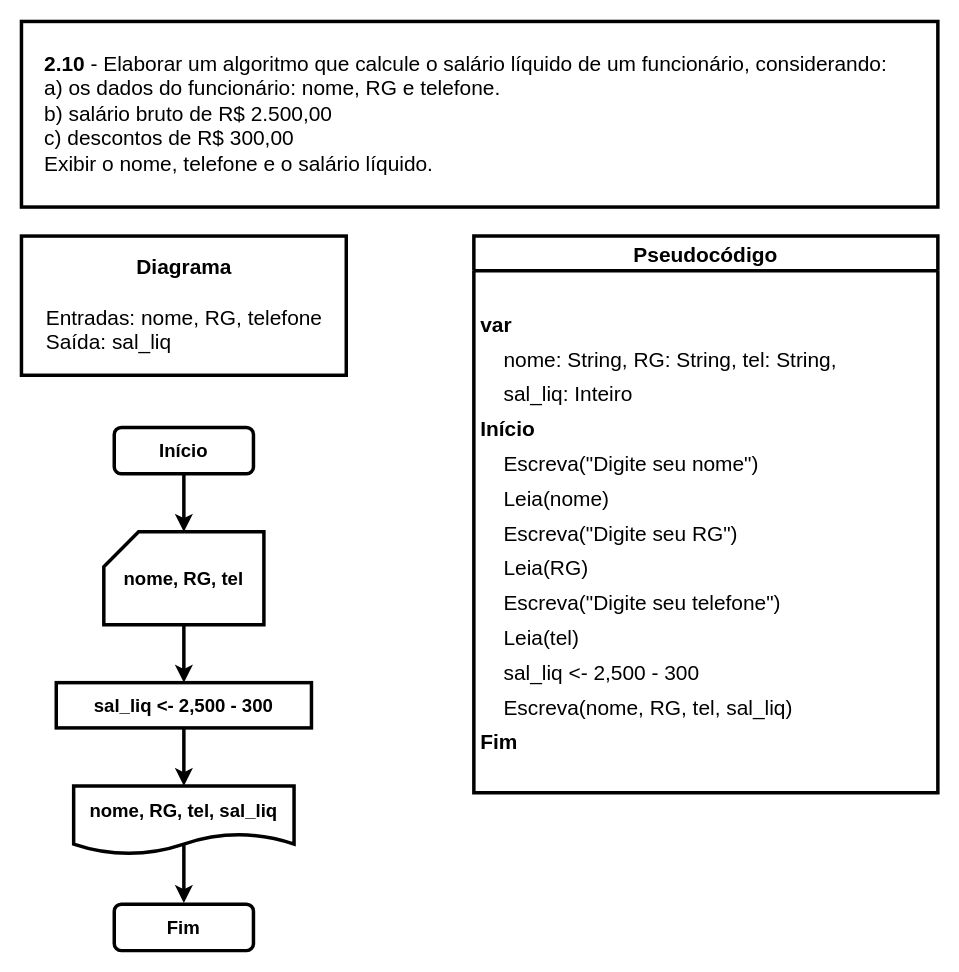
Above: page "Ex. 2.10" (14 of 14) of exercicios.drawio in iSamekh/draw.io (draw.io), before the change. Source tidied: cells renumbered, new cells numbered last; positions are measured from the earlier drawing's top-left corner, leaving out a move shared by most shapes. Both pictures are drawn from the tidied source at 116%, with x=0, y=0 at pixel (21, 21).
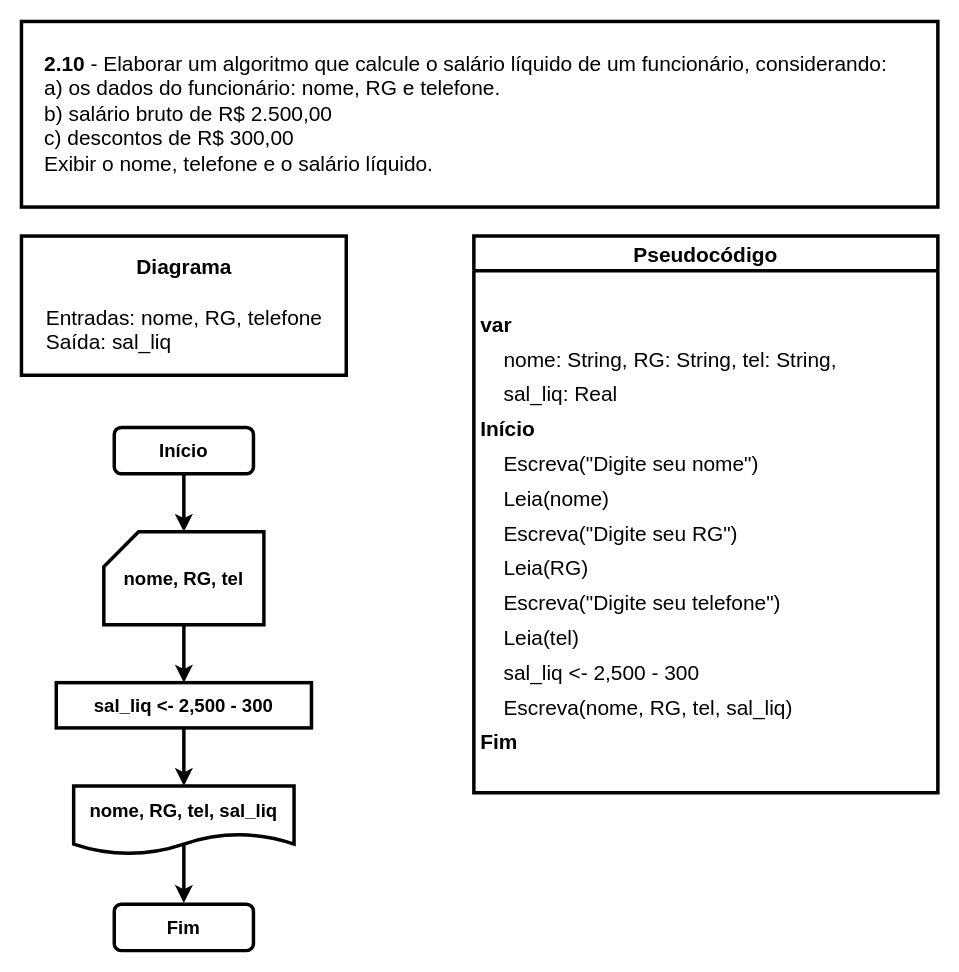
Above is the later version.

The change refers to these unchanged cells:
```xml
<mxCell id="11" value="Pseudocódigo" style="swimlane;fontStyle=1;horizontal=1;startSize=30;rounded=0;shadow=0;labelBackgroundColor=#FFFFFF;labelBorderColor=none;sketch=0;fillStyle=auto;strokeColor=default;strokeWidth=3;fillColor=default;swimlaneLine=1;glass=0;arcSize=20;fontSize=18;spacing=10;" parent="1" vertex="1">
  <mxGeometry x="390" y="185" width="400" height="480" as="geometry" />
</mxCell>
```

What changed in the source:
```diff
@@
-    <mxCell id="15" value="    sal_liq: Inteiro" style="text;strokeColor=none;fillColor=none;align=left;verticalAlign=middle;spacingLeft=4;spacingRight=4;overflow=hidden;rounded=1;shadow=0;labelBackgroundColor=none;labelBorderColor=none;sketch=1;fillStyle=auto;strokeWidth=3;fontSize=18;" parent="11" vertex="1">
+    <mxCell id="15" value="    sal_liq: Real" style="text;strokeColor=none;fillColor=none;align=left;verticalAlign=middle;spacingLeft=4;spacingRight=4;overflow=hidden;rounded=1;shadow=0;labelBackgroundColor=none;labelBorderColor=none;sketch=1;fillStyle=auto;strokeWidth=3;fontSize=18;" parent="11" vertex="1">
       <mxGeometry y="120" width="400" height="30" as="geometry" />
     </mxCell>
```
